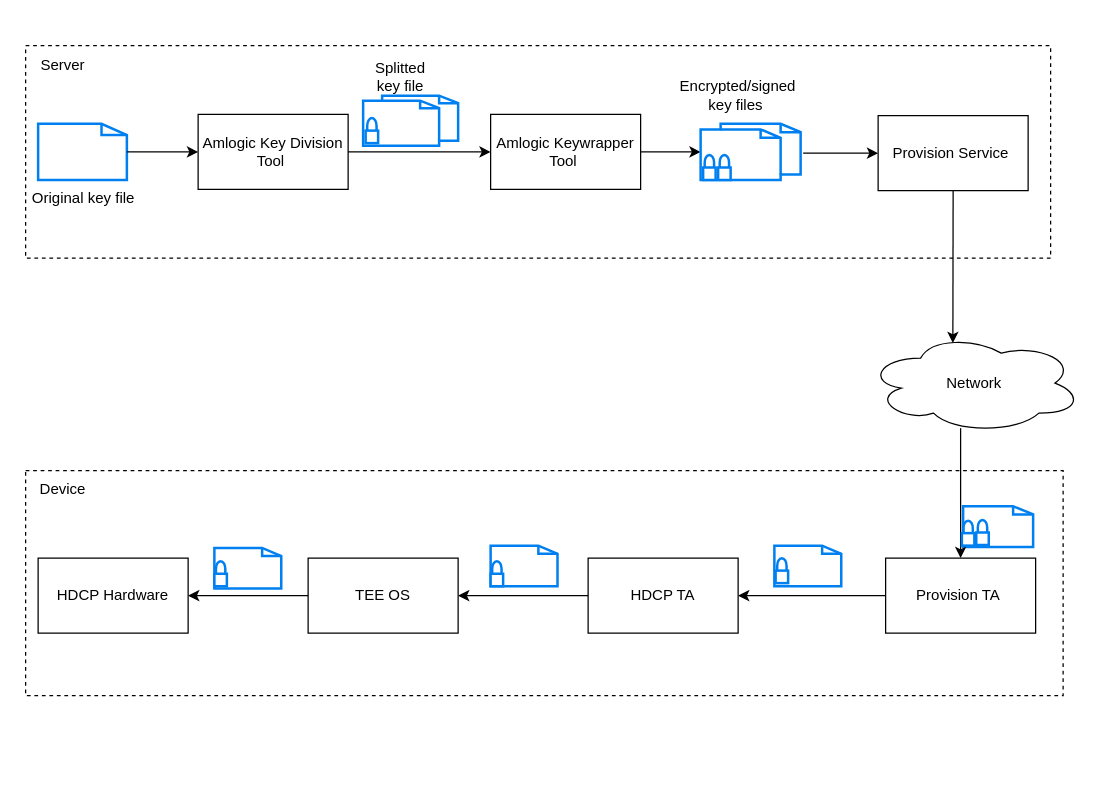
Above: key_provision.drawio in sichunqin/draw.io (draw.io), before the change. Source tidied: cells renumbered, new cells numbered last; positions are measured from the earlier drawing's top-left corner, leaving out a move shared by most shapes. Both pictures are drawn from the tidied source at 125%, with x=0, y=0 at pixel (25, 45).
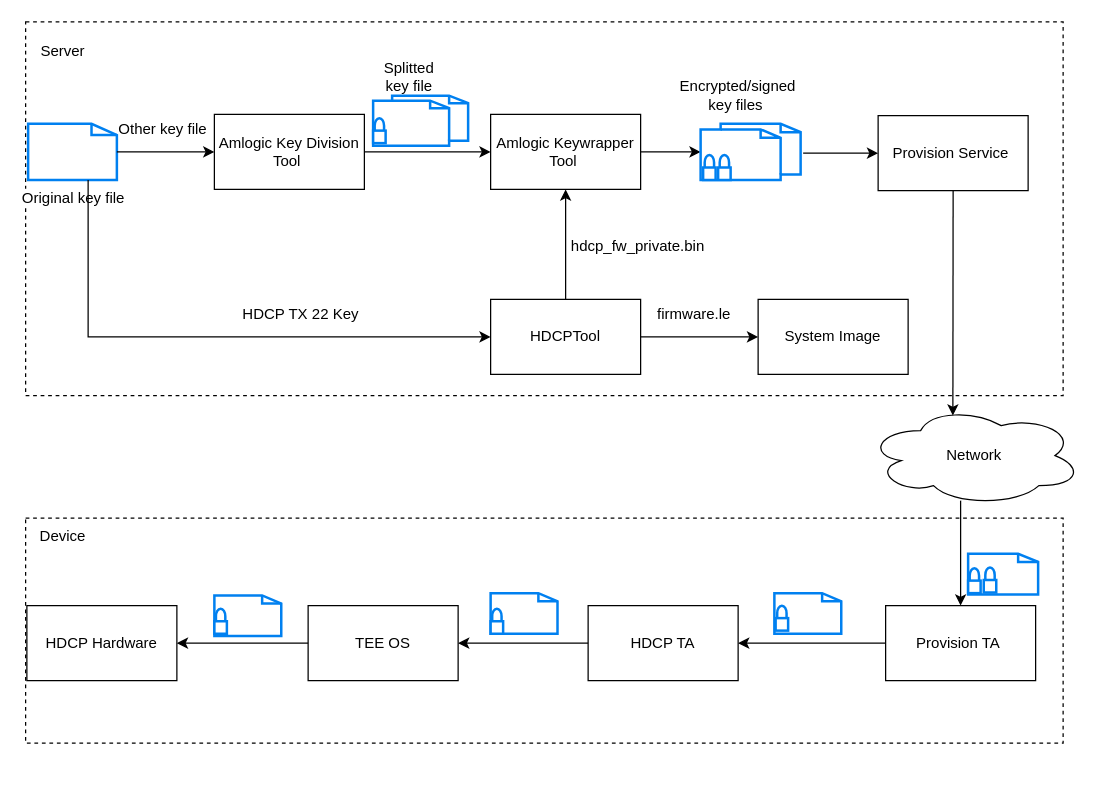
The same page after the edit.

The change refers to these unchanged cells:
```xml
<mxCell id="7" value="Amlogic Keywrapper Tool&amp;nbsp;" style="rounded=0;whiteSpace=wrap;html=1;" parent="1" vertex="1">
  <mxGeometry x="372" y="55" width="120" height="60" as="geometry" />
</mxCell>
```

The edit, as a diff of the source:
```diff
@@
     <mxCell id="2" value="&lt;blockquote style=&quot;margin: 0 0 0 40px; border: none; padding: 0px;&quot;&gt;&lt;div style=&quot;&quot;&gt;&lt;br&gt;&lt;/div&gt;&lt;/blockquote&gt;" style="rounded=0;whiteSpace=wrap;html=1;dashed=1;align=center;labelPosition=center;verticalLabelPosition=bottom;verticalAlign=top;" parent="1" vertex="1">
-      <mxGeometry y="340" width="830" height="180" as="geometry" />
+      <mxGeometry y="378" width="830" height="180" as="geometry" />
     </mxCell>
     <mxCell id="3" style="html=1;verticalLabelPosition=bottom;align=center;labelBackgroundColor=#ffffff;verticalAlign=top;strokeWidth=2;strokeColor=#0080F0;shadow=0;dashed=0;shape=mxgraph.ios7.icons.document;" parent="1" vertex="1">
-      <mxGeometry x="750" y="368.5" width="56" height="32.5" as="geometry" />
+      <mxGeometry x="754" y="406.5" width="56" height="32.5" as="geometry" />
     </mxCell>
     <mxCell id="4" value="&lt;blockquote style=&quot;margin: 0 0 0 40px; border: none; padding: 0px;&quot;&gt;&lt;div style=&quot;&quot;&gt;&lt;br&gt;&lt;/div&gt;&lt;/blockquote&gt;" style="rounded=0;whiteSpace=wrap;html=1;dashed=1;align=center;labelPosition=center;verticalLabelPosition=bottom;verticalAlign=top;" parent="1" vertex="1">
-      <mxGeometry width="820" height="170" as="geometry" />
+      <mxGeometry y="-19" width="830" height="299" as="geometry" />
     </mxCell>
     <mxCell id="5" value="Original key file" style="html=1;verticalLabelPosition=bottom;align=center;labelBackgroundColor=#ffffff;verticalAlign=top;strokeWidth=2;strokeColor=#0080F0;shadow=0;dashed=0;shape=mxgraph.ios7.icons.document;" parent="1" vertex="1">
-      <mxGeometry x="10" y="62.5" width="71" height="45" as="geometry" />
+      <mxGeometry x="2" y="62.5" width="71" height="45" as="geometry" />
     </mxCell>
     <mxCell id="6" value="Amlogic Key Division Tool&amp;nbsp;" style="rounded=0;whiteSpace=wrap;html=1;" parent="1" vertex="1">
-      <mxGeometry x="138" y="55" width="120" height="60" as="geometry" />
+      <mxGeometry x="151" y="55" width="120" height="60" as="geometry" />
     </mxCell>
@@
     <mxCell id="10" style="html=1;verticalLabelPosition=bottom;align=center;labelBackgroundColor=#ffffff;verticalAlign=top;strokeWidth=2;strokeColor=#0080F0;shadow=0;dashed=0;shape=mxgraph.ios7.icons.documents;" parent="1" vertex="1">
-      <mxGeometry x="270" y="40" width="76" height="40" as="geometry" />
+      <mxGeometry x="278" y="40" width="76" height="40" as="geometry" />
     </mxCell>
@@
     <mxCell id="15" value="Splitted key file" style="text;html=1;strokeColor=none;fillColor=none;align=center;verticalAlign=middle;whiteSpace=wrap;rounded=0;" parent="1" vertex="1">
-      <mxGeometry x="270" y="10" width="60" height="30" as="geometry" />
+      <mxGeometry x="277" y="10" width="60" height="30" as="geometry" />
     </mxCell>
@@
     <mxCell id="17" value="Provision TA&amp;nbsp;" style="rounded=0;whiteSpace=wrap;html=1;" parent="1" vertex="1">
-      <mxGeometry x="688" y="410" width="120" height="60" as="geometry" />
+      <mxGeometry x="688" y="448" width="120" height="60" as="geometry" />
     </mxCell>
     <mxCell id="18" value="HDCP TA" style="rounded=0;whiteSpace=wrap;html=1;" parent="1" vertex="1">
-      <mxGeometry x="450" y="410" width="120" height="60" as="geometry" />
+      <mxGeometry x="450" y="448" width="120" height="60" as="geometry" />
     </mxCell>
@@
     <mxCell id="21" style="html=1;verticalLabelPosition=bottom;align=center;labelBackgroundColor=#ffffff;verticalAlign=top;strokeWidth=2;strokeColor=#0080F0;shadow=0;dashed=0;shape=mxgraph.ios7.icons.locked;" parent="1" vertex="1">
-      <mxGeometry x="272" y="58" width="10" height="20" as="geometry" />
+      <mxGeometry x="278" y="58" width="10" height="20" as="geometry" />
     </mxCell>
     <mxCell id="22" value="Network" style="ellipse;shape=cloud;whiteSpace=wrap;html=1;" parent="1" vertex="1">
-      <mxGeometry x="673" y="230" width="172" height="80" as="geometry" />
+      <mxGeometry x="673" y="288" width="172" height="80" as="geometry" />
     </mxCell>
     <mxCell id="23" value="TEE OS" style="rounded=0;whiteSpace=wrap;html=1;" parent="1" vertex="1">
-      <mxGeometry x="226" y="410" width="120" height="60" as="geometry" />
+      <mxGeometry x="226" y="448" width="120" height="60" as="geometry" />
     </mxCell>
     <mxCell id="24" value="HDCP Hardware" style="rounded=0;whiteSpace=wrap;html=1;" parent="1" vertex="1">
-      <mxGeometry x="10" y="410" width="120" height="60" as="geometry" />
+      <mxGeometry x="1" y="448" width="120" height="60" as="geometry" />
     </mxCell>
@@
     <mxCell id="29" style="html=1;verticalLabelPosition=bottom;align=center;labelBackgroundColor=#ffffff;verticalAlign=top;strokeWidth=2;strokeColor=#0080F0;shadow=0;dashed=0;shape=mxgraph.ios7.icons.locked;" parent="1" vertex="1">
-      <mxGeometry x="749" y="380" width="10" height="20" as="geometry" />
+      <mxGeometry x="754" y="418" width="10" height="20" as="geometry" />
     </mxCell>
     <mxCell id="30" style="html=1;verticalLabelPosition=bottom;align=center;labelBackgroundColor=#ffffff;verticalAlign=top;strokeWidth=2;strokeColor=#0080F0;shadow=0;dashed=0;shape=mxgraph.ios7.icons.locked;" parent="1" vertex="1">
-      <mxGeometry x="760.5" y="379.5" width="10" height="20" as="geometry" />
+      <mxGeometry x="766.5" y="417.5" width="10" height="20" as="geometry" />
     </mxCell>
     <mxCell id="31" style="html=1;verticalLabelPosition=bottom;align=center;labelBackgroundColor=#ffffff;verticalAlign=top;strokeWidth=2;strokeColor=#0080F0;shadow=0;dashed=0;shape=mxgraph.ios7.icons.document;" parent="1" vertex="1">
-      <mxGeometry x="599" y="400" width="53.5" height="32.5" as="geometry" />
+      <mxGeometry x="599" y="438" width="53.5" height="32.5" as="geometry" />
     </mxCell>
     <mxCell id="32" style="html=1;verticalLabelPosition=bottom;align=center;labelBackgroundColor=#ffffff;verticalAlign=top;strokeWidth=2;strokeColor=#0080F0;shadow=0;dashed=0;shape=mxgraph.ios7.icons.locked;" parent="1" vertex="1">
-      <mxGeometry x="600" y="410" width="10" height="20" as="geometry" />
+      <mxGeometry x="600" y="448" width="10" height="20" as="geometry" />
     </mxCell>
     <mxCell id="33" style="html=1;verticalLabelPosition=bottom;align=center;labelBackgroundColor=#ffffff;verticalAlign=top;strokeWidth=2;strokeColor=#0080F0;shadow=0;dashed=0;shape=mxgraph.ios7.icons.document;" parent="1" vertex="1">
-      <mxGeometry x="372" y="400" width="53.5" height="32.5" as="geometry" />
+      <mxGeometry x="372" y="438" width="53.5" height="32.5" as="geometry" />
     </mxCell>
     <mxCell id="34" style="html=1;verticalLabelPosition=bottom;align=center;labelBackgroundColor=#ffffff;verticalAlign=top;strokeWidth=2;strokeColor=#0080F0;shadow=0;dashed=0;shape=mxgraph.ios7.icons.locked;" parent="1" vertex="1">
-      <mxGeometry x="372" y="412.5" width="10" height="20" as="geometry" />
+      <mxGeometry x="372" y="450.5" width="10" height="20" as="geometry" />
     </mxCell>
     <mxCell id="35" style="html=1;verticalLabelPosition=bottom;align=center;labelBackgroundColor=#ffffff;verticalAlign=top;strokeWidth=2;strokeColor=#0080F0;shadow=0;dashed=0;shape=mxgraph.ios7.icons.document;" parent="1" vertex="1">
-      <mxGeometry x="151" y="401.8" width="53.5" height="32.5" as="geometry" />
+      <mxGeometry x="151" y="439.8" width="53.5" height="32.5" as="geometry" />
     </mxCell>
     <mxCell id="36" style="html=1;verticalLabelPosition=bottom;align=center;labelBackgroundColor=#ffffff;verticalAlign=top;strokeWidth=2;strokeColor=#0080F0;shadow=0;dashed=0;shape=mxgraph.ios7.icons.locked;" parent="1" vertex="1">
-      <mxGeometry x="151" y="412.5" width="10" height="20" as="geometry" />
+      <mxGeometry x="151" y="450.5" width="10" height="20" as="geometry" />
     </mxCell>
@@
     <mxCell id="38" value="Server" style="text;html=1;strokeColor=none;fillColor=none;align=center;verticalAlign=middle;whiteSpace=wrap;rounded=0;" parent="1" vertex="1">
-      <mxGeometry y="1" width="60" height="30" as="geometry" />
+      <mxGeometry y="-10" width="60" height="30" as="geometry" />
     </mxCell>
     <mxCell id="39" value="Device" style="text;html=1;strokeColor=none;fillColor=none;align=center;verticalAlign=middle;whiteSpace=wrap;rounded=0;" parent="1" vertex="1">
-      <mxGeometry y="340" width="60" height="30" as="geometry" />
+      <mxGeometry y="378" width="60" height="30" as="geometry" />
     </mxCell>
+    <mxCell id="40" value="HDCPTool" style="rounded=0;whiteSpace=wrap;html=1;" parent="1" vertex="1">
+      <mxGeometry x="372" y="203" width="120" height="60" as="geometry" />
+    </mxCell>
+    <mxCell id="41" style="endArrow=classic;html=1;rounded=0;entryX=0;entryY=0.5;entryDx=0;entryDy=0;edgeStyle=orthogonalEdgeStyle;" parent="1" edge="1" source="5" target="40">
+      <mxGeometry relative="1" as="geometry">
+        <Array as="points">
+          <mxPoint x="50" y="233" />
+        </Array>
+      </mxGeometry>
+    </mxCell>
+    <mxCell id="42" value="HDCP TX 22 Key&amp;nbsp;" style="text;html=1;strokeColor=none;fillColor=none;align=center;verticalAlign=middle;whiteSpace=wrap;rounded=0;" parent="1" vertex="1">
+      <mxGeometry x="167" y="177" width="110" height="75" as="geometry" />
+    </mxCell>
+    <mxCell id="43" value="Other key file" style="text;html=1;strokeColor=none;fillColor=none;align=center;verticalAlign=middle;whiteSpace=wrap;rounded=0;" parent="1" vertex="1">
+      <mxGeometry x="70" y="52" width="80" height="30" as="geometry" />
+    </mxCell>
+    <mxCell id="44" style="endArrow=classic;html=1;rounded=0;entryX=0.5;entryY=1;entryDx=0;entryDy=0;exitX=0.5;exitY=0;exitDx=0;exitDy=0;" parent="1" edge="1" source="40" target="7">
+      <mxGeometry relative="1" as="geometry" />
+    </mxCell>
+    <mxCell id="45" value="hdcp_fw_private.bin" style="text;html=1;strokeColor=none;fillColor=none;align=center;verticalAlign=middle;whiteSpace=wrap;rounded=0;" parent="1" vertex="1">
+      <mxGeometry x="460" y="146" width="60" height="30" as="geometry" />
+    </mxCell>
+    <mxCell id="46" value="firmware.le" style="text;html=1;strokeColor=none;fillColor=none;align=center;verticalAlign=middle;whiteSpace=wrap;rounded=0;" parent="1" vertex="1">
+      <mxGeometry x="505" y="199.5" width="60" height="30" as="geometry" />
+    </mxCell>
+    <mxCell id="47" value="System Image" style="rounded=0;whiteSpace=wrap;html=1;" parent="1" vertex="1">
+      <mxGeometry x="586" y="203" width="120" height="60" as="geometry" />
+    </mxCell>
+    <mxCell id="48" style="endArrow=classic;html=1;rounded=0;entryX=0;entryY=0.5;entryDx=0;entryDy=0;exitX=1;exitY=0.5;exitDx=0;exitDy=0;" parent="1" edge="1" source="40" target="47">
+      <mxGeometry relative="1" as="geometry" />
+    </mxCell>
```
